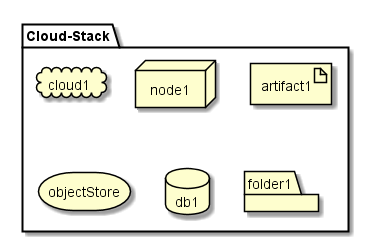
CAADE/fleet keeps this PlantUML diagram as docs/Solution/Cloud-Stack/Deployment.png. Above is the earlier version. The source it was exported from:
```plantuml
@startuml

package  "Cloud-Stack" {
  cloud cloud1
  node node1
  artifact artifact1
  storage objectStore
  database db1
  folder folder1
}

@enduml
```
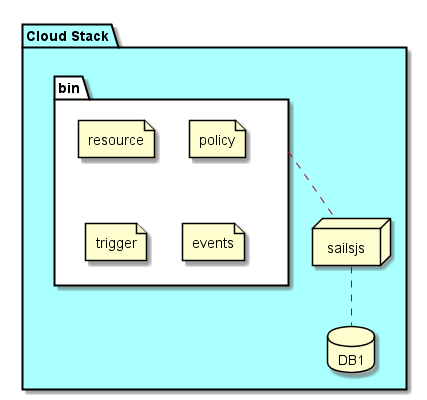
After the commit.

Commit message:
Document Application Stack

The edit, as a diff of the source:
```diff
@@ -1,12 +1,17 @@
 @startuml
 
-package  "Cloud-Stack" {
-  cloud cloud1
-  node node1
-  artifact artifact1
-  storage objectStore
-  database db1
-  folder folder1
+package  "Cloud Stack" #aaffff {
+  folder bin #ffffff {
+    file resource
+    file policy
+    file trigger
+    file events
+  }
+  node sailsjs
+  database DB1
+
+  sailsjs .. DB1
+  bin .. sailsjs
 }
 
 @enduml
```
